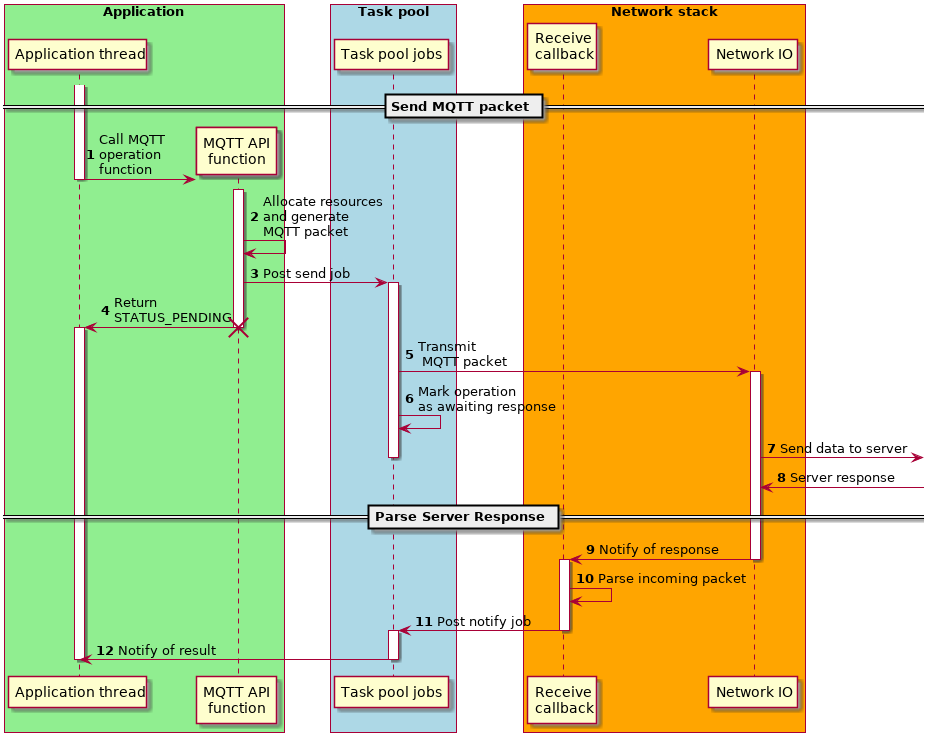
This is doc/plantuml/images/mqtt_design_typicaloperation.png from aws/aws-iot-device-sdk-embedded-C, a PlantUML export, as it was before one commit.
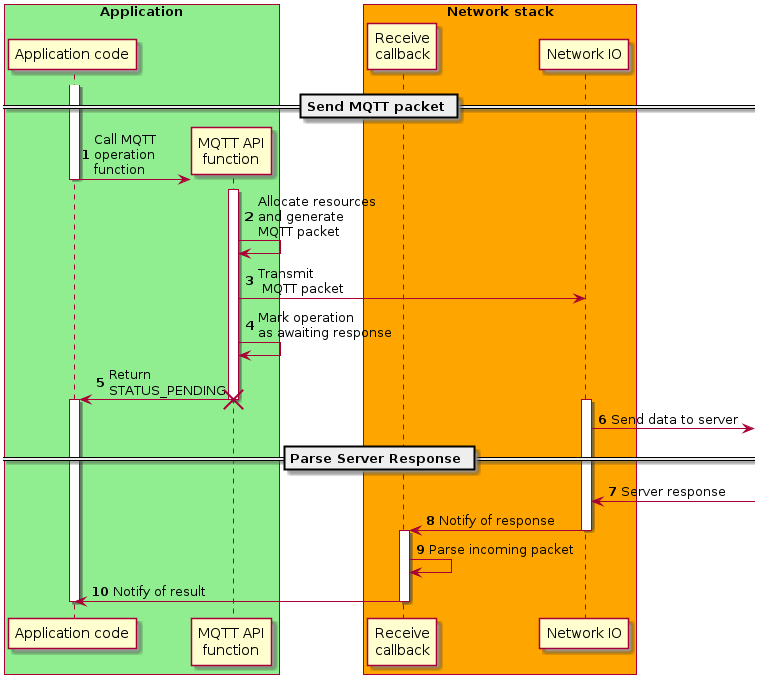
Later version of the same file.

Commit message:
Documentation update for MQTT design (#775)

The edit, as a diff of the source:
```diff
@@ -4,12 +4,8 @@
 autonumber
 
 box "Application" #LightGreen
-    participant "Application thread" as application
+    participant "Application code" as application
     create participant "MQTT API\nfunction" as api
-end box
-
-box "Task pool" #LightBlue
-    participant "Task pool jobs" as task_pool
 end box
 
 box "Network stack" #Orange
@@ -23,30 +19,22 @@
 deactivate application
 activate api
 api -> api: Allocate resources\nand generate\nMQTT packet
-api -> task_pool: Post send job
-activate task_pool
+api -> network: Transmit\n MQTT packet
+api -> api: Mark operation\nas awaiting response
 api -> application: Return\nSTATUS_PENDING
 destroy api
 activate application
-task_pool -> network: Transmit\n MQTT packet
 activate network
-task_pool -> task_pool: Mark operation\nas awaiting response
 network -> : Send data to server
-deactivate task_pool
-
-network <- : Server response
 
 == Parse Server Response ==
+network <- : Server response
 network -> receive_callback: Notify of response
 deactivate network
 activate receive_callback
 receive_callback -> receive_callback: Parse incoming packet
-receive_callback -> task_pool: Post notify job
+receive_callback -> application: Notify of result
 deactivate receive_callback
-activate task_pool
-task_pool -> application: Notify of result
-
-deactivate task_pool
 deactivate application
 
 @enduml
```
